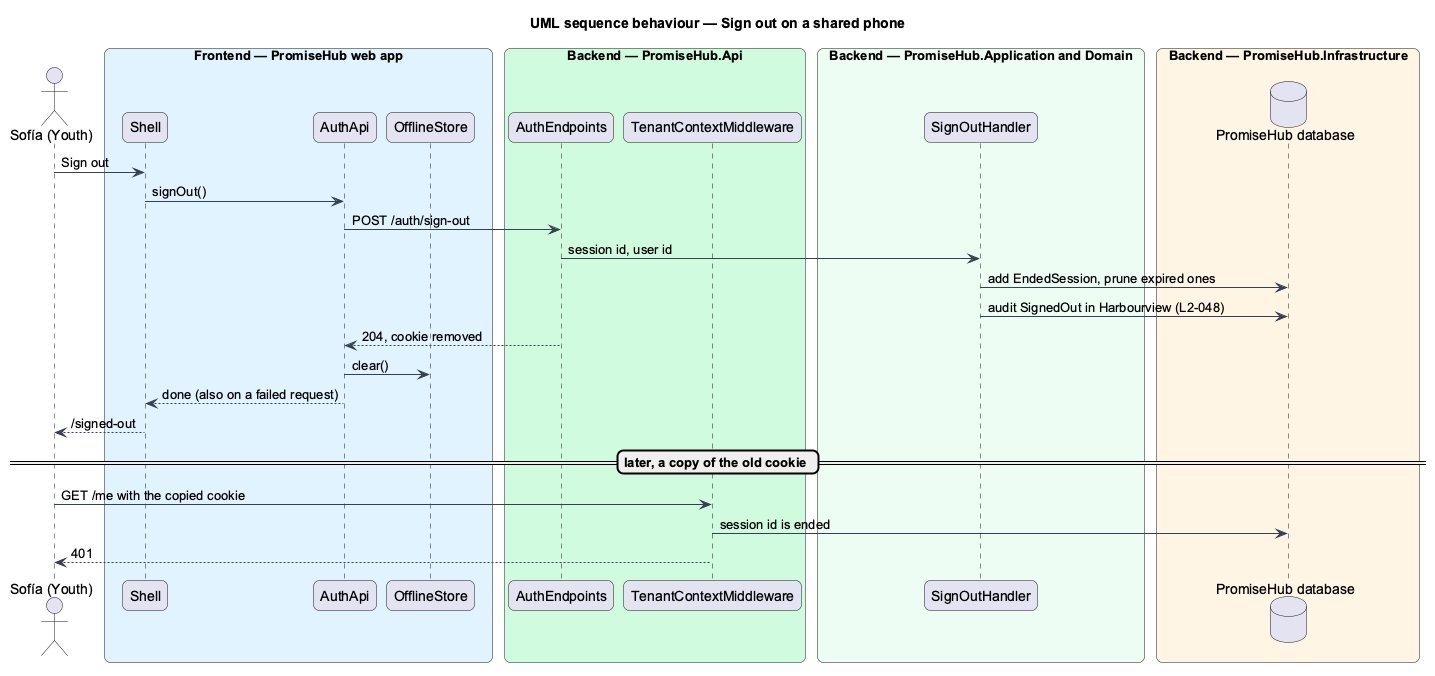
QuinntyneBrown/promise-hub keeps this PlantUML diagram as docs/detailed-designs/identity/end-user-session/diagrams/sequence-sign-out.png. Above is the earlier version. Its diagram source:
```plantuml
@startuml
title UML sequence behaviour — Sign out on a shared phone
skinparam backgroundColor #FFFFFF
skinparam shadowing false
skinparam roundcorner 12
skinparam defaultFontName Arial
skinparam ArrowColor #344054
actor "Sofía (Youth)" as actor
box "Frontend — PromiseHub web app" #E0F2FE
  participant "Shell" as shell
  participant "AuthApi" as auth
  participant "OfflineStore" as off
end box
box "Backend — PromiseHub.Api" #D1FADF
  participant "AuthEndpoints" as ep
  participant "TenantContextMiddleware" as mw
end box
box "Backend — PromiseHub.Application and Domain" #ECFDF3
  participant "SignOutHandler" as h
end box
box "Backend — PromiseHub.Infrastructure" #FFF4E5
  database "PromiseHub database" as db
end box
actor -> shell : Sign out
shell -> auth : signOut()
auth -> ep : POST /auth/sign-out
ep -> h : session id, user id
h -> db : add EndedSession, prune expired ones
h -> db : audit SignedOut in Harbourview (L2-048)
ep --> auth : 204, cookie removed
auth -> off : clear()
auth --> shell : done (also on a failed request)
shell --> actor : /signed-out
== later, a copy of the old cookie ==
actor -> mw : GET /me with the copied cookie
mw -> db : session id is ended
mw --> actor : 401
@enduml
```
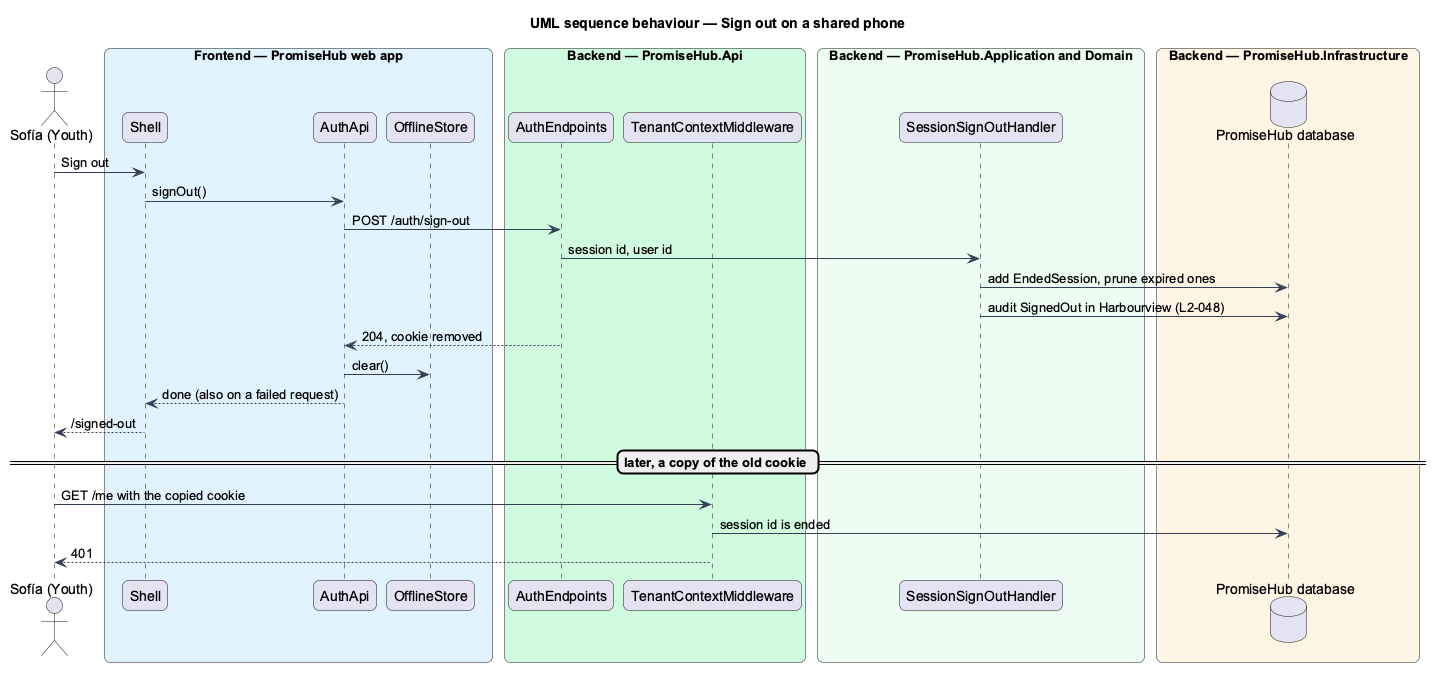
The same file after the commit.

The edit, as a diff of the source:
```diff
@@ -16,7 +16,7 @@
   participant "TenantContextMiddleware" as mw
 end box
 box "Backend — PromiseHub.Application and Domain" #ECFDF3
-  participant "SignOutHandler" as h
+  participant "SessionSignOutHandler" as h
 end box
 box "Backend — PromiseHub.Infrastructure" #FFF4E5
   database "PromiseHub database" as db
```
